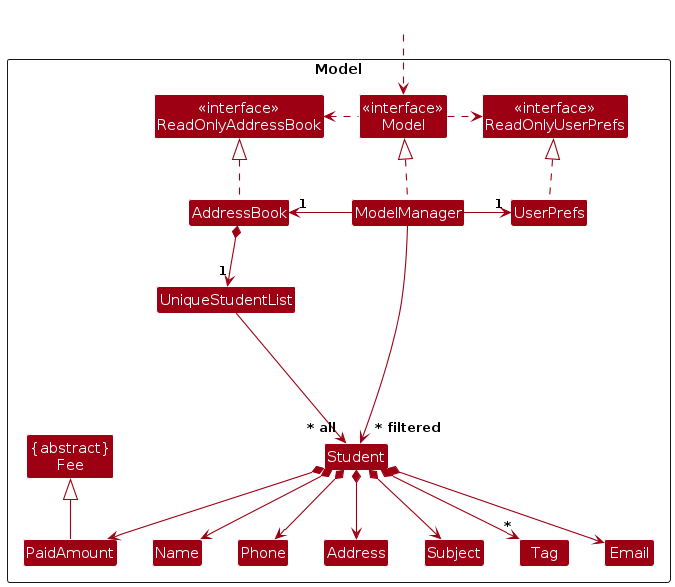
Before: diagrams/ModelClassDiagram.png, a diagram exported from PlantUML (AY2425S1-CS2103T-F14a-1/tp). Its source is kept beside it as diagrams/ModelClassDiagram.puml.
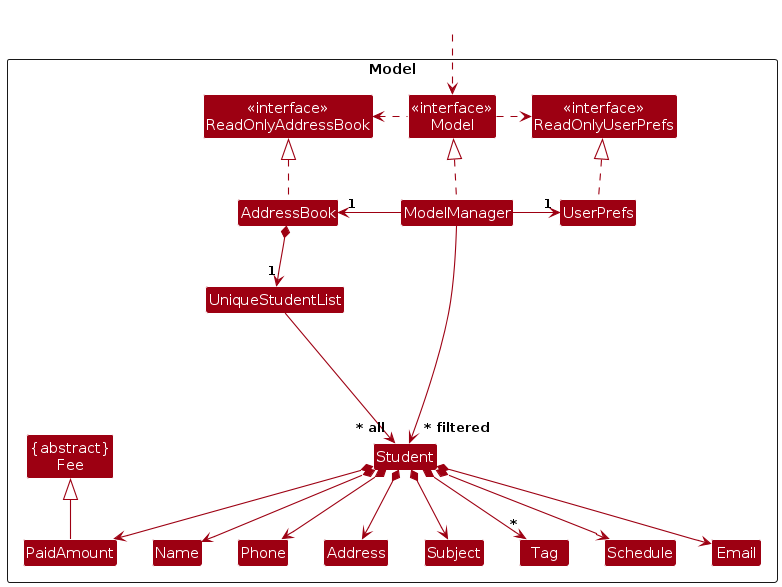
After the commit.

Change to the diagram source:
```diff
@@ -20,6 +20,7 @@
 Class Phone
 Class Subject
 Class Tag
+Class Schedule
 Class "{abstract}\nFee" as Fee
 Class PaidAmount
 
@@ -44,6 +45,7 @@
 Student *--> Phone
 Student *--> Email
 Student *--> Address
+Student *--> Schedule
 Student *--> "*" Tag
 Student *--> Subject
 Student *--> PaidAmount
```
